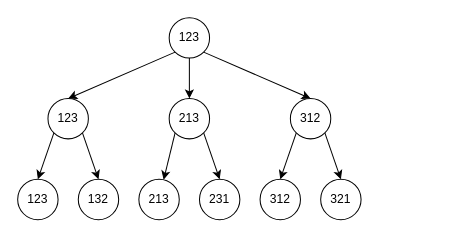
This is page "permutations" (4 of 5) of BackTracking.drawio from HongyuanH/diagrams, a draw.io file, before an edit. Source tidied: cells renumbered, new cells numbered last; positions are measured from the earlier drawing's top-left corner, leaving out a move shared by most shapes. Both pictures are drawn from the tidied source at 101%, with x=0, y=0 at pixel (17, 17).
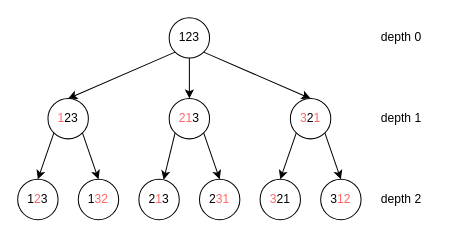
Above is the later version.

Diff of the diagram source:
```diff
@@
-    <mxCell id="4" value="123" style="ellipse;whiteSpace=wrap;html=1;" parent="1" vertex="1">
+    <mxCell id="4" value="&lt;font color=&quot;#ff6666&quot;&gt;1&lt;/font&gt;23" style="ellipse;whiteSpace=wrap;html=1;" parent="1" vertex="1">
       <mxGeometry x="30" y="80" width="40" height="40" as="geometry" />
     </mxCell>
-    <mxCell id="5" value="123" style="ellipse;whiteSpace=wrap;html=1;" parent="1" vertex="1">
+    <mxCell id="5" value="1&lt;font color=&quot;#ff6666&quot;&gt;2&lt;/font&gt;3" style="ellipse;whiteSpace=wrap;html=1;" parent="1" vertex="1">
       <mxGeometry y="160" width="40" height="40" as="geometry" />
     </mxCell>
@@
-    <mxCell id="8" value="213" style="ellipse;whiteSpace=wrap;html=1;" parent="1" vertex="1">
+    <mxCell id="8" value="&lt;font color=&quot;#ff6666&quot;&gt;21&lt;/font&gt;3" style="ellipse;whiteSpace=wrap;html=1;" parent="1" vertex="1">
       <mxGeometry x="150" y="80" width="40" height="40" as="geometry" />
     </mxCell>
@@
-    <mxCell id="15" value="312" style="ellipse;whiteSpace=wrap;html=1;" parent="1" vertex="1">
+    <mxCell id="15" value="&lt;font color=&quot;#ff6666&quot;&gt;3&lt;/font&gt;2&lt;font color=&quot;#ff6666&quot;&gt;1&lt;/font&gt;" style="ellipse;whiteSpace=wrap;html=1;" parent="1" vertex="1">
       <mxGeometry x="270" y="80" width="40" height="40" as="geometry" />
     </mxCell>
-    <mxCell id="16" value="132" style="ellipse;whiteSpace=wrap;html=1;" parent="1" vertex="1">
+    <mxCell id="16" value="1&lt;font color=&quot;#ff6666&quot;&gt;32&lt;/font&gt;" style="ellipse;whiteSpace=wrap;html=1;" parent="1" vertex="1">
       <mxGeometry x="60" y="160" width="40" height="40" as="geometry" />
     </mxCell>
-    <mxCell id="17" value="213" style="ellipse;whiteSpace=wrap;html=1;" parent="1" vertex="1">
+    <mxCell id="17" value="2&lt;font color=&quot;#ff6666&quot;&gt;1&lt;/font&gt;3" style="ellipse;whiteSpace=wrap;html=1;" parent="1" vertex="1">
       <mxGeometry x="120" y="160" width="40" height="40" as="geometry" />
     </mxCell>
-    <mxCell id="18" value="231" style="ellipse;whiteSpace=wrap;html=1;" parent="1" vertex="1">
+    <mxCell id="18" value="2&lt;font color=&quot;#ff6666&quot;&gt;31&lt;/font&gt;" style="ellipse;whiteSpace=wrap;html=1;" parent="1" vertex="1">
       <mxGeometry x="180" y="160" width="40" height="40" as="geometry" />
     </mxCell>
-    <mxCell id="19" value="312" style="ellipse;whiteSpace=wrap;html=1;" parent="1" vertex="1">
+    <mxCell id="19" value="&lt;font color=&quot;#ff6666&quot;&gt;3&lt;/font&gt;21" style="ellipse;whiteSpace=wrap;html=1;" parent="1" vertex="1">
       <mxGeometry x="240" y="160" width="40" height="40" as="geometry" />
     </mxCell>
-    <mxCell id="20" value="321" style="ellipse;whiteSpace=wrap;html=1;" parent="1" vertex="1">
+    <mxCell id="20" value="3&lt;font color=&quot;#ff6666&quot;&gt;12&lt;/font&gt;" style="ellipse;whiteSpace=wrap;html=1;" parent="1" vertex="1">
       <mxGeometry x="300" y="160" width="40" height="40" as="geometry" />
     </mxCell>
+    <mxCell id="21" value="depth 0" style="text;html=1;strokeColor=none;fillColor=none;align=center;verticalAlign=middle;whiteSpace=wrap;rounded=0;" parent="1" vertex="1">
+      <mxGeometry x="350" y="5" width="60" height="30" as="geometry" />
+    </mxCell>
+    <mxCell id="22" value="depth 1" style="text;html=1;strokeColor=none;fillColor=none;align=center;verticalAlign=middle;whiteSpace=wrap;rounded=0;" parent="1" vertex="1">
+      <mxGeometry x="350" y="85" width="60" height="30" as="geometry" />
+    </mxCell>
+    <mxCell id="23" value="depth 2" style="text;html=1;strokeColor=none;fillColor=none;align=center;verticalAlign=middle;whiteSpace=wrap;rounded=0;" parent="1" vertex="1">
+      <mxGeometry x="350" y="165" width="60" height="30" as="geometry" />
+    </mxCell>
```
